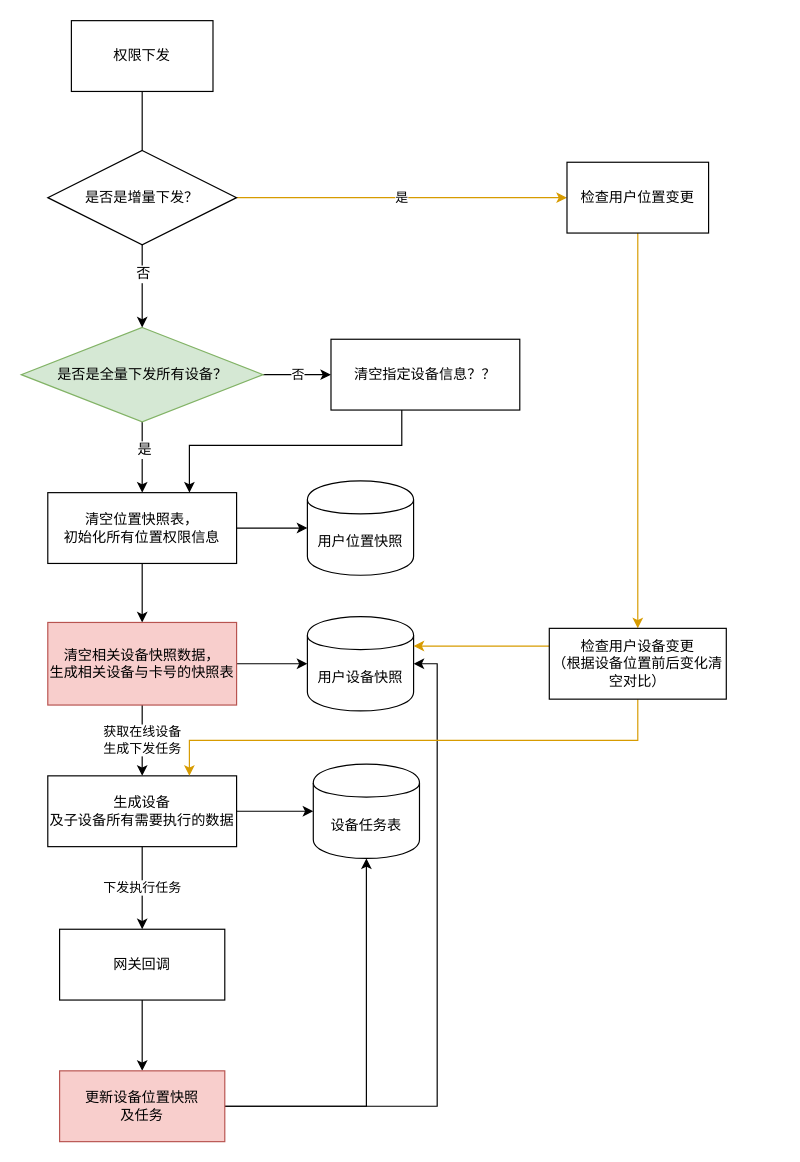
Above: 权限下发.drawio in dovezat/drawio (draw.io), before the change. Source tidied: cells renumbered, new cells numbered last; positions are measured from the earlier drawing's top-left corner, leaving out a move shared by most shapes. Both pictures are drawn from the tidied source at 118%, with x=0, y=0 at pixel (21, 20).
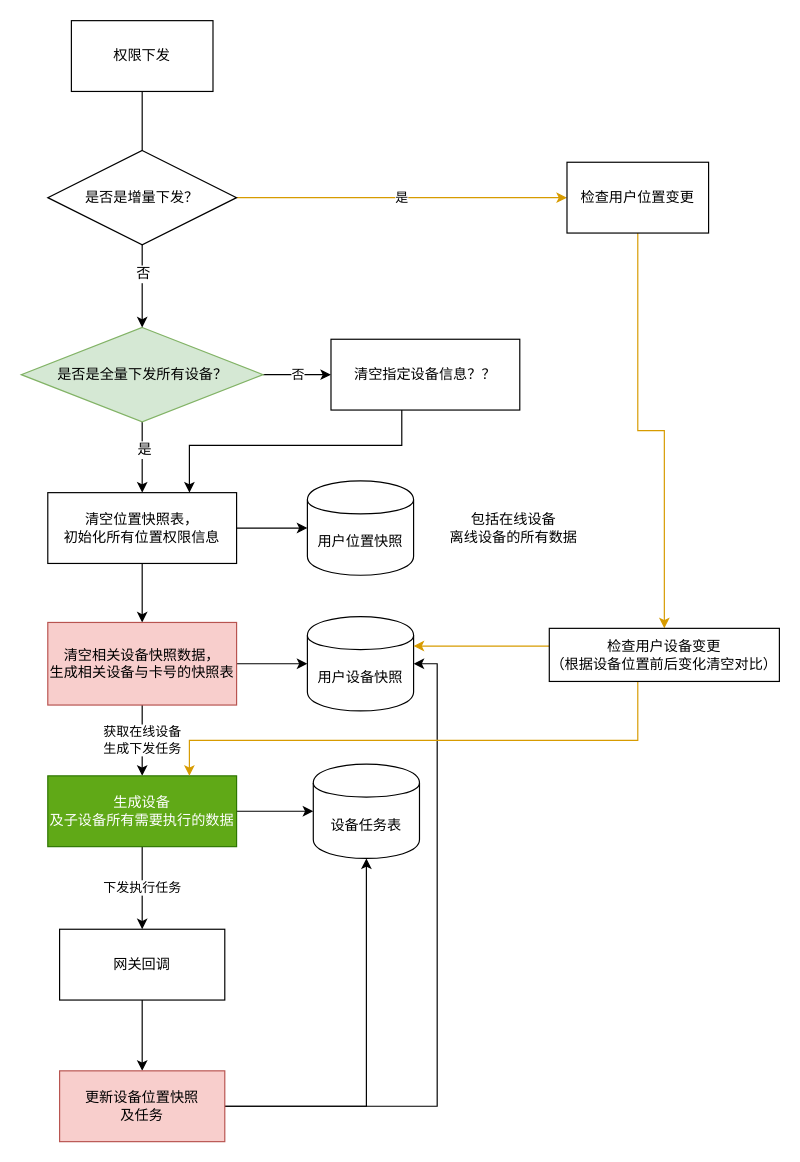
Above is the later version.

Diff of the diagram source:
```diff
@@
-    <mxCell id="20" value="生成设备&lt;br&gt;及子设备所有需要执行的数据" style="rounded=0;whiteSpace=wrap;html=1;" parent="1" vertex="1">
+    <mxCell id="20" value="生成设备&lt;br&gt;及子设备所有需要执行的数据" style="rounded=0;whiteSpace=wrap;html=1;fillColor=#60a917;strokeColor=#2D7600;fontColor=#ffffff;" parent="1" vertex="1">
       <mxGeometry x="22" y="640" width="160" height="60" as="geometry" />
     </mxCell>
@@
     <mxCell id="35" value="检查用户设备变更&lt;br&gt;（根据设备位置前后变化清空对比）" style="rounded=0;whiteSpace=wrap;html=1;" parent="1" vertex="1">
-      <mxGeometry x="447" y="515" width="150" height="60" as="geometry" />
+      <mxGeometry x="447" y="515" width="195" height="45" as="geometry" />
     </mxCell>
+    <mxCell id="36" value="包括在线设备&lt;br&gt;离线设备的所有数据" style="text;html=1;strokeColor=none;fillColor=none;align=center;verticalAlign=middle;whiteSpace=wrap;rounded=0;" parent="1" vertex="1">
+      <mxGeometry x="337" y="410" width="160" height="40" as="geometry" />
+    </mxCell>
```
